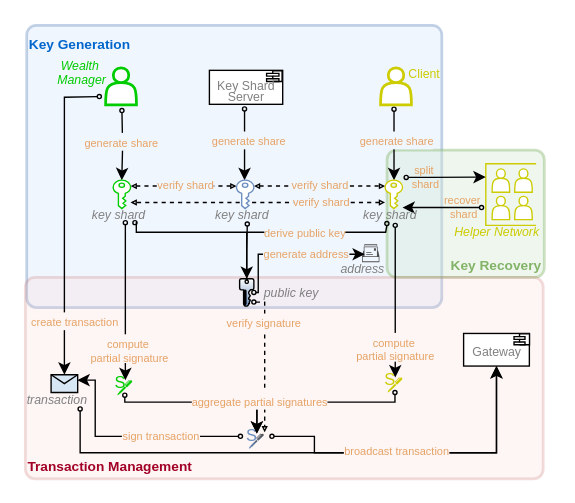
Before: page "txn-sign-tech" (4 of 13) of drawio-diagrams/wallet_architecture.drawio in dlt-science/crypto-mpc-wallet-bloom, a draw.io diagram. Source tidied: cells renumbered, new cells numbered last; positions are measured from the earlier drawing's top-left corner, leaving out a move shared by most shapes. Both pictures are drawn from the tidied source at 137%, with x=0, y=0 at pixel (25, 25).
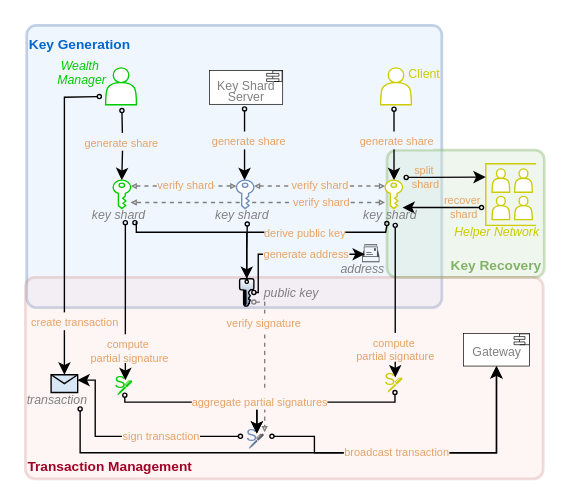
Above is the later version.

The change refers to these unchanged cells:
```xml
<mxCell id="3" value="&lt;font style=&quot;font-size: 10px;&quot; color=&quot;#82b366&quot;&gt;&lt;span style=&quot;text-wrap-mode: nowrap;&quot;&gt;&lt;b style=&quot;&quot;&gt;Key Recovery&lt;/b&gt;&lt;/span&gt;&lt;/font&gt;" style="rounded=1;whiteSpace=wrap;html=1;absoluteArcSize=1;arcSize=14;strokeWidth=2;fillColor=#d5e8d4;strokeColor=#82b366;opacity=40;rotation=0;align=right;verticalAlign=bottom;spacingBottom=0;spacingRight=0;spacingLeft=0;" parent="1" vertex="1">
  <mxGeometry x="264" y="91" width="114.8" height="93" as="geometry" />
</mxCell>
<mxCell id="19" value="&lt;font color=&quot;#808080&quot; style=&quot;font-size: 9px;&quot;&gt;&lt;i style=&quot;&quot;&gt;key shard&lt;/i&gt;&lt;/font&gt;" style="sketch=0;shadow=0;dashed=0;html=1;strokeColor=#00CC00;fillColor=#FFFFFF;labelPosition=center;verticalLabelPosition=bottom;verticalAlign=top;outlineConnect=0;align=center;shape=mxgraph.office.security.key_permissions;rotation=0;spacing=0;fontSize=10;spacingTop=-6;spacingLeft=-5;" parent="1" vertex="1">
  <mxGeometry x="64.1" y="113" width="12.7" height="20.7" as="geometry" />
</mxCell>
<mxCell id="23" value="&lt;font color=&quot;#808080&quot; style=&quot;font-size: 9px;&quot;&gt;&lt;i style=&quot;&quot;&gt;key shard&lt;/i&gt;&lt;/font&gt;" style="sketch=0;shadow=0;dashed=0;html=1;strokeColor=#CCCC00;fillColor=#FFFFFF;labelPosition=center;verticalLabelPosition=bottom;verticalAlign=top;outlineConnect=0;align=center;shape=mxgraph.office.security.key_permissions;rotation=0;spacing=0;fontSize=10;spacingTop=-6;spacingLeft=-5;" parent="1" vertex="1">
  <mxGeometry x="262.6" y="113" width="12.7" height="20.7" as="geometry" />
</mxCell>
<mxCell id="24" style="sketch=0;shadow=0;html=1;strokeColor=#000000;labelPosition=center;verticalLabelPosition=bottom;verticalAlign=bottom;align=center;fillColor=#FFFFFF;shape=mxgraph.mscae.enterprise.key_permissions;rotation=0;spacingTop=0;spacing=1;spacingBottom=0;textDirection=ltr;spacingRight=-8;horizontal=1;gradientColor=#6C8EBF;" parent="1" vertex="1">
  <mxGeometry x="156.4" y="185" width="10.4" height="20" as="geometry" />
</mxCell>
<mxCell id="30" value="&lt;i style=&quot;&quot;&gt;&lt;font color=&quot;#808080&quot; style=&quot;font-size: 9px;&quot;&gt;transaction&lt;/font&gt;&lt;/i&gt;" style="shape=message;html=1;html=1;outlineConnect=0;labelPosition=center;verticalLabelPosition=bottom;align=center;verticalAlign=top;fillColor=#D8E7F5;rotation=0;spacingTop=-9;spacingLeft=-11;spacingRight=0;spacingBottom=0;horizontal=1;spacing=2;" parent="1" vertex="1">
  <mxGeometry x="18.8" y="255" width="19.4" height="13" as="geometry" />
</mxCell>
<mxCell id="33" style="sketch=0;shadow=0;dashed=0;html=1;strokeColor=none;fillColor=#CCCC00;labelPosition=center;verticalLabelPosition=bottom;verticalAlign=top;outlineConnect=0;align=center;shape=mxgraph.office.concepts.writing_pen;" parent="31" vertex="1">
  <mxGeometry x="10" y="49" width="11" height="11" as="geometry" />
</mxCell>
<mxCell id="35" style="sketch=0;shadow=0;dashed=0;html=1;strokeColor=none;fillColor=#00CC00;labelPosition=center;verticalLabelPosition=bottom;verticalAlign=top;outlineConnect=0;align=center;shape=mxgraph.office.concepts.writing_pen;" parent="1" vertex="1">
  <mxGeometry x="67.1" y="259" width="11" height="11" as="geometry" />
</mxCell>
<mxCell id="43" value="&lt;font face=&quot;Kolker Brush&quot;&gt;S&lt;/font&gt;" style="text;html=1;align=center;verticalAlign=middle;points=[];strokeColor=none;fillColor=none;fontColor=#6C8EBF;" parent="1" vertex="1">
  <mxGeometry x="153.1" y="286" width="23" height="28" as="geometry" />
</mxCell>
<mxCell id="44" style="sketch=0;shadow=0;dashed=0;html=1;strokeColor=none;fillColor=#505050;labelPosition=center;verticalLabelPosition=bottom;verticalAlign=top;outlineConnect=0;align=center;shape=mxgraph.office.concepts.writing_pen;gradientColor=#6C8EBF;" parent="1" vertex="1">
  <mxGeometry x="163.1" y="298" width="11" height="11" as="geometry" />
</mxCell>
<mxCell id="52" style="sketch=0;shadow=0;dashed=0;html=1;strokeColor=none;fillColor=#505050;labelPosition=center;verticalLabelPosition=top;verticalAlign=top;outlineConnect=0;align=center;shape=mxgraph.office.concepts.mailbox2;spacingBottom=2;spacingTop=0;fontSize=10;textDirection=ltr;horizontal=1;direction=south;rotation=-90;" parent="1" vertex="1">
  <mxGeometry x="245.6" y="160" width="13" height="12.7" as="geometry" />
</mxCell>
<mxCell id="53" value="&lt;i style=&quot;&quot;&gt;&lt;font color=&quot;#808080&quot; style=&quot;font-size: 9px;&quot;&gt;key shard&lt;/font&gt;&lt;/i&gt;" style="sketch=0;shadow=0;dashed=0;html=1;strokeColor=#6C8EBF;fillColor=#FFFFFF;labelPosition=center;verticalLabelPosition=bottom;verticalAlign=top;outlineConnect=0;align=center;shape=mxgraph.office.security.key_permissions;rotation=0;spacing=0;fontSize=10;spacingTop=-6;spacingLeft=-5;" parent="1" vertex="1">
  <mxGeometry x="154.1" y="113" width="12.7" height="20.7" as="geometry" />
</mxCell>
```

The edit, as a diff of the source:
```diff
@@
-    <mxCell id="4" style="edgeStyle=orthogonalEdgeStyle;rounded=0;orthogonalLoop=1;jettySize=auto;html=1;startArrow=oval;startFill=0;startSize=3;" parent="1" edge="1">
+    <mxCell id="4" style="edgeStyle=orthogonalEdgeStyle;rounded=0;orthogonalLoop=1;jettySize=auto;html=1;startArrow=oval;startFill=0;startSize=3;strokeColor=default;" parent="1" edge="1">
       <mxGeometry relative="1" as="geometry">
         <mxPoint x="333" y="133" as="sourcePoint" />
         <mxPoint x="275.3" y="133" as="targetPoint" />
         <Array as="points">
           <mxPoint x="291" y="133" />
           <mxPoint x="291" y="133" />
         </Array>
       </mxGeometry>
     </mxCell>
@@
-    <mxCell id="7" style="edgeStyle=orthogonalEdgeStyle;rounded=0;jettySize=auto;html=1;startArrow=oval;startFill=0;startSize=3;exitX=0.428;exitY=1.109;exitDx=0;exitDy=0;exitPerimeter=0;" parent="1" edge="1" target="19">
+    <mxCell id="7" style="edgeStyle=orthogonalEdgeStyle;rounded=0;jettySize=auto;html=1;startArrow=oval;startFill=0;startSize=3;exitX=0.428;exitY=1.109;exitDx=0;exitDy=0;exitPerimeter=0;strokeColor=default;" parent="1" edge="1" target="19">
       <mxGeometry relative="1" as="geometry">
         <mxPoint x="70.5" y="62.2" as="sourcePoint" />
       </mxGeometry>
     </mxCell>
@@
-    <mxCell id="9" style="edgeStyle=orthogonalEdgeStyle;rounded=0;jettySize=auto;html=1;startArrow=oval;startFill=0;startSize=3;exitX=0.467;exitY=1.014;exitDx=0;exitDy=0;exitPerimeter=0;" parent="1" edge="1" target="23">
+    <mxCell id="9" style="edgeStyle=orthogonalEdgeStyle;rounded=0;jettySize=auto;html=1;startArrow=oval;startFill=0;startSize=3;exitX=0.467;exitY=1.014;exitDx=0;exitDy=0;exitPerimeter=0;strokeColor=default;" parent="1" edge="1" target="23">
       <mxGeometry relative="1" as="geometry">
         <mxPoint x="269.1" y="61.2" as="sourcePoint" />
         <Array as="points">
           <mxPoint x="269" y="61" />
         </Array>
       </mxGeometry>
     </mxCell>
@@
-    <mxCell id="11" style="shape=actor;whiteSpace=wrap;html=1;strokeWidth=2;strokeColor=#CCCC00;" parent="1" vertex="1">
+    <mxCell id="11" style="shape=actor;whiteSpace=wrap;html=1;strokeWidth=1;strokeColor=#CCCC00;" parent="1" vertex="1">
       <mxGeometry x="259.3" y="31" width="22.5" height="27" as="geometry" />
     </mxCell>
-    <mxCell id="12" style="html=1;align=center;verticalAlign=middle;dashed=0;rotation=-90;strokeWidth=1;strokeColor=#000000;fillColor=#FFFFFF;" parent="1" vertex="1">
+    <mxCell id="12" style="html=1;align=center;verticalAlign=middle;dashed=0;rotation=-90;strokeWidth=0.5;strokeColor=#000000;fillColor=#FFFFFF;" parent="1" vertex="1">
       <mxGeometry x="148.7" y="18.5" width="24.8" height="53.5" as="geometry" />
     </mxCell>
-    <mxCell id="13" style="shape=module;jettyWidth=9;jettyHeight=2;strokeColor=#000000;fillColor=#FFFFFF;" parent="1" vertex="1">
+    <mxCell id="13" style="shape=module;jettyWidth=9;jettyHeight=2;strokeColor=#000000;fillColor=#FFFFFF;strokeWidth=0.5;" parent="1" vertex="1">
       <mxGeometry x="176.1" y="33.1" width="11.3" height="7.9" as="geometry" />
     </mxCell>
-    <mxCell id="14" style="edgeStyle=orthogonalEdgeStyle;rounded=0;jettySize=auto;html=1;startArrow=oval;startFill=0;startSize=3;" parent="1" edge="1" target="53">
+    <mxCell id="14" style="edgeStyle=orthogonalEdgeStyle;rounded=0;jettySize=auto;html=1;startArrow=oval;startFill=0;startSize=3;fontColor=#E6A365;strokeColor=default;" parent="1" edge="1" target="53">
       <mxGeometry relative="1" as="geometry">
         <mxPoint x="160" y="61" as="sourcePoint" />
         <Array as="points">
           <mxPoint x="160" y="91" />
           <mxPoint x="160" y="91" />
         </Array>
       </mxGeometry>
     </mxCell>
@@
-    <mxCell id="17" style="edgeStyle=orthogonalEdgeStyle;rounded=0;jettySize=auto;html=1;endSize=2;endArrow=block;endFill=0;startArrow=block;startFill=0;startSize=2;dashed=1;" parent="1" edge="1" target="53">
+    <mxCell id="17" style="edgeStyle=orthogonalEdgeStyle;rounded=0;jettySize=auto;html=1;endSize=2;endArrow=block;endFill=0;startArrow=block;startFill=0;startSize=2;dashed=1;strokeColor=#808080;" parent="1" edge="1" target="53">
       <mxGeometry relative="1" as="geometry">
         <mxPoint x="76.8" y="117.3" as="sourcePoint" />
         <Array as="points">
           <mxPoint x="133" y="117" />
           <mxPoint x="133" y="117" />
         </Array>
       </mxGeometry>
     </mxCell>
@@
-    <mxCell id="20" style="edgeStyle=orthogonalEdgeStyle;rounded=0;jettySize=auto;html=1;endSize=2;endArrow=block;endFill=0;startArrow=block;startFill=0;startSize=2;dashed=1;" parent="1" edge="1" source="53">
+    <mxCell id="20" style="edgeStyle=orthogonalEdgeStyle;rounded=0;jettySize=auto;html=1;endSize=2;endArrow=block;endFill=0;startArrow=block;startFill=0;startSize=2;dashed=1;strokeColor=#808080;" parent="1" edge="1" source="53">
       <mxGeometry relative="1" as="geometry">
         <mxPoint x="262.6" y="117.3" as="targetPoint" />
         <Array as="points">
           <mxPoint x="215" y="118" />
         </Array>
       </mxGeometry>
     </mxCell>
@@
-    <mxCell id="22" style="edgeStyle=orthogonalEdgeStyle;rounded=0;orthogonalLoop=1;jettySize=auto;html=1;startArrow=block;startFill=0;endArrow=block;endFill=0;endSize=2;startSize=2;dashed=1;" parent="1" edge="1">
+    <mxCell id="22" style="edgeStyle=orthogonalEdgeStyle;rounded=0;orthogonalLoop=1;jettySize=auto;html=1;startArrow=block;startFill=0;endArrow=block;endFill=0;endSize=2;startSize=2;dashed=1;strokeColor=#808080;" parent="1" edge="1">
       <mxGeometry relative="1" as="geometry">
         <mxPoint x="262.6" y="129.3" as="sourcePoint" />
         <mxPoint x="76.8" y="129.3" as="targetPoint" />
       </mxGeometry>
     </mxCell>
@@
-    <mxCell id="26" style="edgeStyle=orthogonalEdgeStyle;rounded=0;jettySize=auto;html=1;startArrow=oval;startFill=0;startSize=3;" parent="1" edge="1" target="35">
+    <mxCell id="26" style="edgeStyle=orthogonalEdgeStyle;rounded=0;jettySize=auto;html=1;startArrow=oval;startFill=0;startSize=3;strokeColor=default;" parent="1" edge="1" target="35">
       <mxGeometry relative="1" as="geometry">
         <mxPoint x="73" y="144" as="sourcePoint" />
         <Array as="points">
           <mxPoint x="73" y="144" />
         </Array>
       </mxGeometry>
     </mxCell>
@@
-    <mxCell id="28" style="edgeStyle=orthogonalEdgeStyle;rounded=0;jettySize=auto;html=1;startArrow=oval;startFill=0;startSize=3;" parent="1" edge="1" target="33">
+    <mxCell id="28" style="edgeStyle=orthogonalEdgeStyle;rounded=0;jettySize=auto;html=1;startArrow=oval;startFill=0;startSize=3;strokeColor=default;" parent="1" edge="1" target="33">
       <mxGeometry relative="1" as="geometry">
         <mxPoint x="270" y="146" as="sourcePoint" />
         <Array as="points">
           <mxPoint x="270" y="160" />
           <mxPoint x="270" y="160" />
         </Array>
       </mxGeometry>
     </mxCell>
@@
-    <mxCell id="36" style="edgeStyle=orthogonalEdgeStyle;rounded=0;jettySize=auto;html=1;endArrow=block;endFill=0;endSize=2;dashed=1;entryX=0.94;entryY=0.396;entryDx=0;entryDy=0;entryPerimeter=0;startArrow=oval;startFill=0;startSize=3;" parent="1" edge="1" source="24" target="43">
+    <mxCell id="36" style="edgeStyle=orthogonalEdgeStyle;rounded=0;jettySize=auto;html=1;endArrow=block;endFill=0;endSize=2;dashed=1;entryX=0.94;entryY=0.396;entryDx=0;entryDy=0;entryPerimeter=0;startArrow=oval;startFill=0;startSize=3;strokeColor=#808080;" parent="1" edge="1" source="24" target="43">
       <mxGeometry relative="1" as="geometry">
         <Array as="points">
           <mxPoint x="175" y="202" />
         </Array>
       </mxGeometry>
     </mxCell>
@@
-    <mxCell id="38" style="edgeStyle=orthogonalEdgeStyle;rounded=0;jettySize=auto;html=1;startArrow=oval;startFill=0;startSize=3;exitX=0.17;exitY=0.5;exitDx=0;exitDy=0;exitPerimeter=0;" parent="1" edge="1" source="43">
+    <mxCell id="38" style="edgeStyle=orthogonalEdgeStyle;rounded=0;jettySize=auto;html=1;startArrow=oval;startFill=0;startSize=3;exitX=0.17;exitY=0.5;exitDx=0;exitDy=0;exitPerimeter=0;strokeColor=default;" parent="1" edge="1" source="43">
       <mxGeometry relative="1" as="geometry">
         <mxPoint x="38" y="259" as="targetPoint" />
         <Array as="points">
           <mxPoint x="51" y="300" />
           <mxPoint x="51" y="259" />
         </Array>
       </mxGeometry>
     </mxCell>
@@
-    <mxCell id="40" style="edgeStyle=orthogonalEdgeStyle;rounded=0;jettySize=auto;html=1;startArrow=oval;startFill=0;startSize=3;entryX=0;entryY=0.5;entryDx=0;entryDy=0;" parent="1" edge="1" target="58">
+    <mxCell id="40" style="edgeStyle=orthogonalEdgeStyle;rounded=0;jettySize=auto;html=1;startArrow=oval;startFill=0;startSize=3;entryX=0;entryY=0.5;entryDx=0;entryDy=0;strokeColor=default;" parent="1" edge="1" target="58">
       <mxGeometry relative="1" as="geometry">
         <mxPoint x="40" y="280" as="sourcePoint" />
         <Array as="points">
           <mxPoint x="40" y="312" />
           <mxPoint x="344" y="312" />
         </Array>
       </mxGeometry>
     </mxCell>
-    <mxCell id="41" style="edgeStyle=orthogonalEdgeStyle;rounded=0;jettySize=auto;html=1;entryX=0;entryY=0.5;entryDx=0;entryDy=0;startArrow=oval;startFill=0;startSize=3;" parent="1" edge="1" target="58">
+    <mxCell id="41" style="edgeStyle=orthogonalEdgeStyle;rounded=0;jettySize=auto;html=1;entryX=0;entryY=0.5;entryDx=0;entryDy=0;startArrow=oval;startFill=0;startSize=3;strokeColor=default;" parent="1" edge="1" target="58">
       <mxGeometry relative="1" as="geometry">
         <mxPoint x="180" y="300" as="sourcePoint" />
         <Array as="points">
           <mxPoint x="211" y="300" />
           <mxPoint x="211" y="312" />
           <mxPoint x="344" y="312" />
         </Array>
       </mxGeometry>
     </mxCell>
     <mxCell id="42" value="&lt;span style=&quot;color: rgb(230, 163, 101); font-size: 8px;&quot;&gt;broadcast transaction&lt;/span&gt;" style="edgeLabel;html=1;align=center;verticalAlign=middle;labelBackgroundColor=#FEF5F5;" parent="41" vertex="1">
       <mxGeometry x="0.06" relative="1" as="geometry">
-        <mxPoint x="-25" y="-3" as="offset" />
+        <mxPoint x="-25" y="-2" as="offset" />
       </mxGeometry>
     </mxCell>
@@
-    <mxCell id="49" style="edgeStyle=orthogonalEdgeStyle;rounded=0;orthogonalLoop=1;jettySize=auto;html=1;entryX=-0.003;entryY=0.371;entryDx=0;entryDy=0;entryPerimeter=0;startArrow=oval;startFill=0;startSize=3;" parent="1" edge="1">
+    <mxCell id="49" style="edgeStyle=orthogonalEdgeStyle;rounded=0;orthogonalLoop=1;jettySize=auto;html=1;entryX=-0.003;entryY=0.371;entryDx=0;entryDy=0;entryPerimeter=0;startArrow=oval;startFill=0;startSize=3;strokeColor=default;" parent="1" edge="1">
       <mxGeometry relative="1" as="geometry">
         <mxPoint x="278" y="111" as="sourcePoint" />
         <mxPoint x="336" y="110.7" as="targetPoint" />
         <Array as="points">
           <mxPoint x="295" y="111" />
         </Array>
       </mxGeometry>
     </mxCell>
@@
-    <mxCell id="55" style="edgeStyle=orthogonalEdgeStyle;rounded=0;jettySize=auto;html=1;startArrow=oval;startFill=0;endSize=6;startSize=3;" parent="1" edge="1" source="35" target="44">
+    <mxCell id="55" style="edgeStyle=orthogonalEdgeStyle;rounded=0;jettySize=auto;html=1;startArrow=oval;startFill=0;endSize=6;startSize=3;strokeColor=default;" parent="1" edge="1" source="35" target="44">
       <mxGeometry relative="1" as="geometry">
         <Array as="points">
           <mxPoint x="73" y="275" />
           <mxPoint x="169" y="275" />
         </Array>
       </mxGeometry>
     </mxCell>
@@
-    <mxCell id="58" style="html=1;align=center;verticalAlign=middle;dashed=0;rotation=-90;strokeWidth=1;strokeColor=#000000;fillColor=#FFFFFF;fontColor=#000000;" parent="1" vertex="1">
+    <mxCell id="58" style="html=1;align=center;verticalAlign=middle;dashed=0;rotation=-90;strokeWidth=0.5;strokeColor=#000000;fillColor=#FFFFFF;fontColor=#000000;" parent="1" vertex="1">
       <mxGeometry x="332" y="212.8" width="23.8" height="48" as="geometry" />
     </mxCell>
-    <mxCell id="59" style="shape=module;jettyWidth=8;jettyHeight=2;strokeColor=#000000;fillColor=#FFFFFF;fontColor=#000000;" parent="1" vertex="1">
+    <mxCell id="59" style="shape=module;jettyWidth=8;jettyHeight=2;strokeColor=#000000;fillColor=#FFFFFF;fontColor=#000000;strokeWidth=0.5;" parent="1" vertex="1">
       <mxGeometry x="356.7" y="225.2" width="11.3" height="7.9" as="geometry" />
     </mxCell>
@@
-    <mxCell id="61" style="edgeStyle=orthogonalEdgeStyle;rounded=0;jettySize=auto;html=1;startArrow=oval;startFill=0;startSize=3;" parent="1" edge="1" target="30">
+    <mxCell id="61" style="edgeStyle=orthogonalEdgeStyle;rounded=0;jettySize=auto;html=1;startArrow=oval;startFill=0;startSize=3;strokeColor=default;" parent="1" edge="1" target="30">
       <mxGeometry relative="1" as="geometry">
         <mxPoint x="54" y="52" as="sourcePoint" />
       </mxGeometry>
     </mxCell>
@@
-    <mxCell id="63" style="shape=actor;whiteSpace=wrap;html=1;strokeWidth=2;strokeColor=#00CC00;" parent="1" vertex="1">
+    <mxCell id="63" style="shape=actor;whiteSpace=wrap;html=1;strokeWidth=1;strokeColor=#00CC00;" parent="1" vertex="1">
       <mxGeometry x="58.6" y="31" width="22.5" height="27" as="geometry" />
     </mxCell>
@@
-    <mxCell id="66" style="edgeStyle=orthogonalEdgeStyle;rounded=0;jettySize=auto;html=1;entryX=0.161;entryY=0.556;entryDx=0;entryDy=0;entryPerimeter=0;startArrow=oval;startFill=0;startSize=3;" parent="1" edge="1" source="24" target="52">
+    <mxCell id="66" style="edgeStyle=orthogonalEdgeStyle;rounded=0;jettySize=auto;html=1;entryX=0.161;entryY=0.556;entryDx=0;entryDy=0;entryPerimeter=0;startArrow=oval;startFill=0;startSize=3;strokeColor=default;" parent="1" edge="1" source="24" target="52">
       <mxGeometry relative="1" as="geometry">
         <Array as="points">
           <mxPoint x="170" y="195" />
           <mxPoint x="170" y="167" />
         </Array>
       </mxGeometry>
     </mxCell>
@@
-    <mxCell id="68" style="edgeStyle=orthogonalEdgeStyle;rounded=0;jettySize=auto;html=1;startArrow=oval;startFill=0;startSize=3;" parent="1" edge="1" source="33" target="44">
+    <mxCell id="68" style="edgeStyle=orthogonalEdgeStyle;rounded=0;jettySize=auto;html=1;startArrow=oval;startFill=0;startSize=3;strokeColor=default;" parent="1" edge="1" source="33" target="44">
       <mxGeometry relative="1" as="geometry">
         <Array as="points">
           <mxPoint x="270" y="275" />
           <mxPoint x="169" y="275" />
         </Array>
       </mxGeometry>
     </mxCell>
@@
-    <mxCell id="70" style="edgeStyle=orthogonalEdgeStyle;rounded=0;jettySize=auto;html=1;exitX=0.5;exitY=0;exitDx=0;exitDy=0;exitPerimeter=0;endArrow=oval;endFill=0;startSize=3;endSize=3;" parent="1" edge="1" source="24">
+    <mxCell id="70" style="edgeStyle=orthogonalEdgeStyle;rounded=0;jettySize=auto;html=1;exitX=0.5;exitY=0;exitDx=0;exitDy=0;exitPerimeter=0;endArrow=oval;endFill=0;startSize=3;endSize=3;strokeColor=default;" parent="1" edge="1" source="24">
       <mxGeometry relative="1" as="geometry">
         <mxPoint x="162" y="145" as="targetPoint" />
       </mxGeometry>
     </mxCell>
-    <mxCell id="71" style="edgeStyle=orthogonalEdgeStyle;rounded=0;jettySize=auto;html=1;startArrow=oval;startFill=0;startSize=3;endArrow=classic;endFill=1;entryX=0.5;entryY=0;entryDx=0;entryDy=0;entryPerimeter=0;" parent="1" edge="1" target="24">
+    <mxCell id="71" style="edgeStyle=orthogonalEdgeStyle;rounded=0;jettySize=auto;html=1;startArrow=oval;startFill=0;startSize=3;endArrow=classic;endFill=1;entryX=0.5;entryY=0;entryDx=0;entryDy=0;entryPerimeter=0;strokeColor=default;" parent="1" edge="1" target="24">
       <mxGeometry relative="1" as="geometry">
         <mxPoint x="80" y="144" as="sourcePoint" />
         <Array as="points">
           <mxPoint x="81" y="144" />
           <mxPoint x="81" y="151" />
           <mxPoint x="162" y="151" />
         </Array>
       </mxGeometry>
     </mxCell>
-    <mxCell id="72" style="edgeStyle=orthogonalEdgeStyle;rounded=0;jettySize=auto;html=1;startArrow=oval;startFill=0;startSize=3;endArrow=none;endFill=0;exitX=-0.001;exitY=0.577;exitDx=0;exitDy=0;exitPerimeter=0;" parent="1" edge="1" source="3">
+    <mxCell id="72" style="edgeStyle=orthogonalEdgeStyle;rounded=0;jettySize=auto;html=1;startArrow=oval;startFill=0;startSize=3;endArrow=none;endFill=0;exitX=-0.001;exitY=0.577;exitDx=0;exitDy=0;exitPerimeter=0;strokeColor=default;" parent="1" edge="1" source="3">
       <mxGeometry relative="1" as="geometry">
         <mxPoint x="162" y="151" as="targetPoint" />
         <Array as="points">
           <mxPoint x="263" y="146" />
           <mxPoint x="263" y="151" />
           <mxPoint x="168" y="151" />
         </Array>
       </mxGeometry>
     </mxCell>
```
